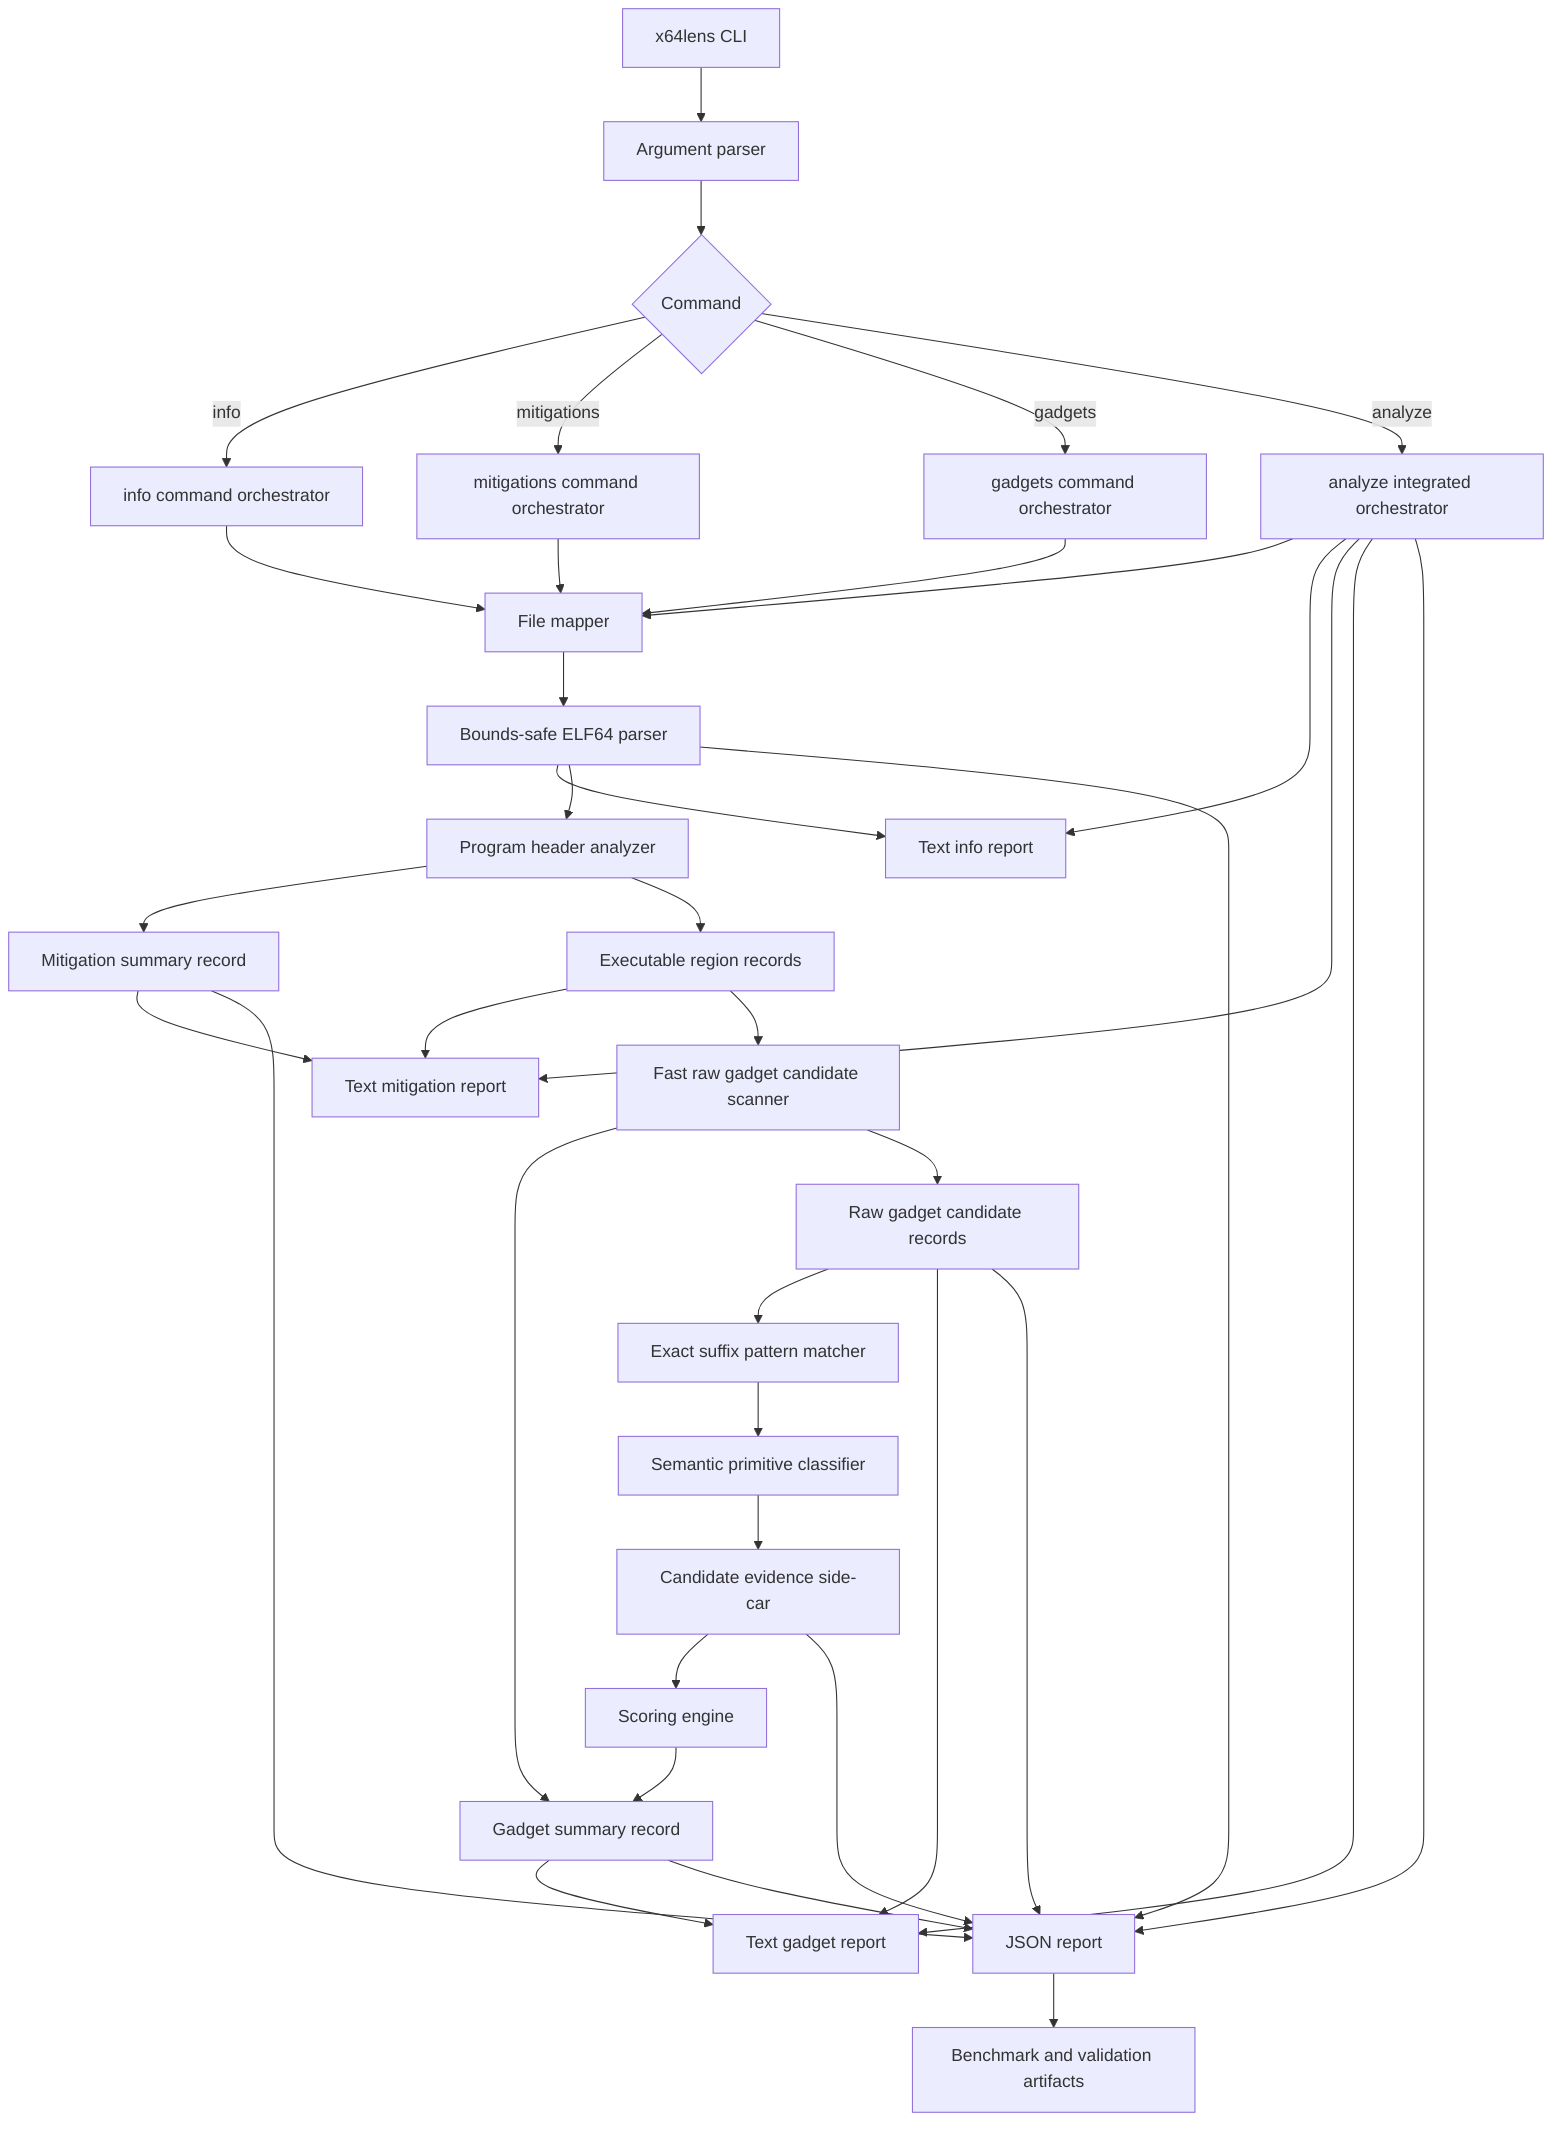
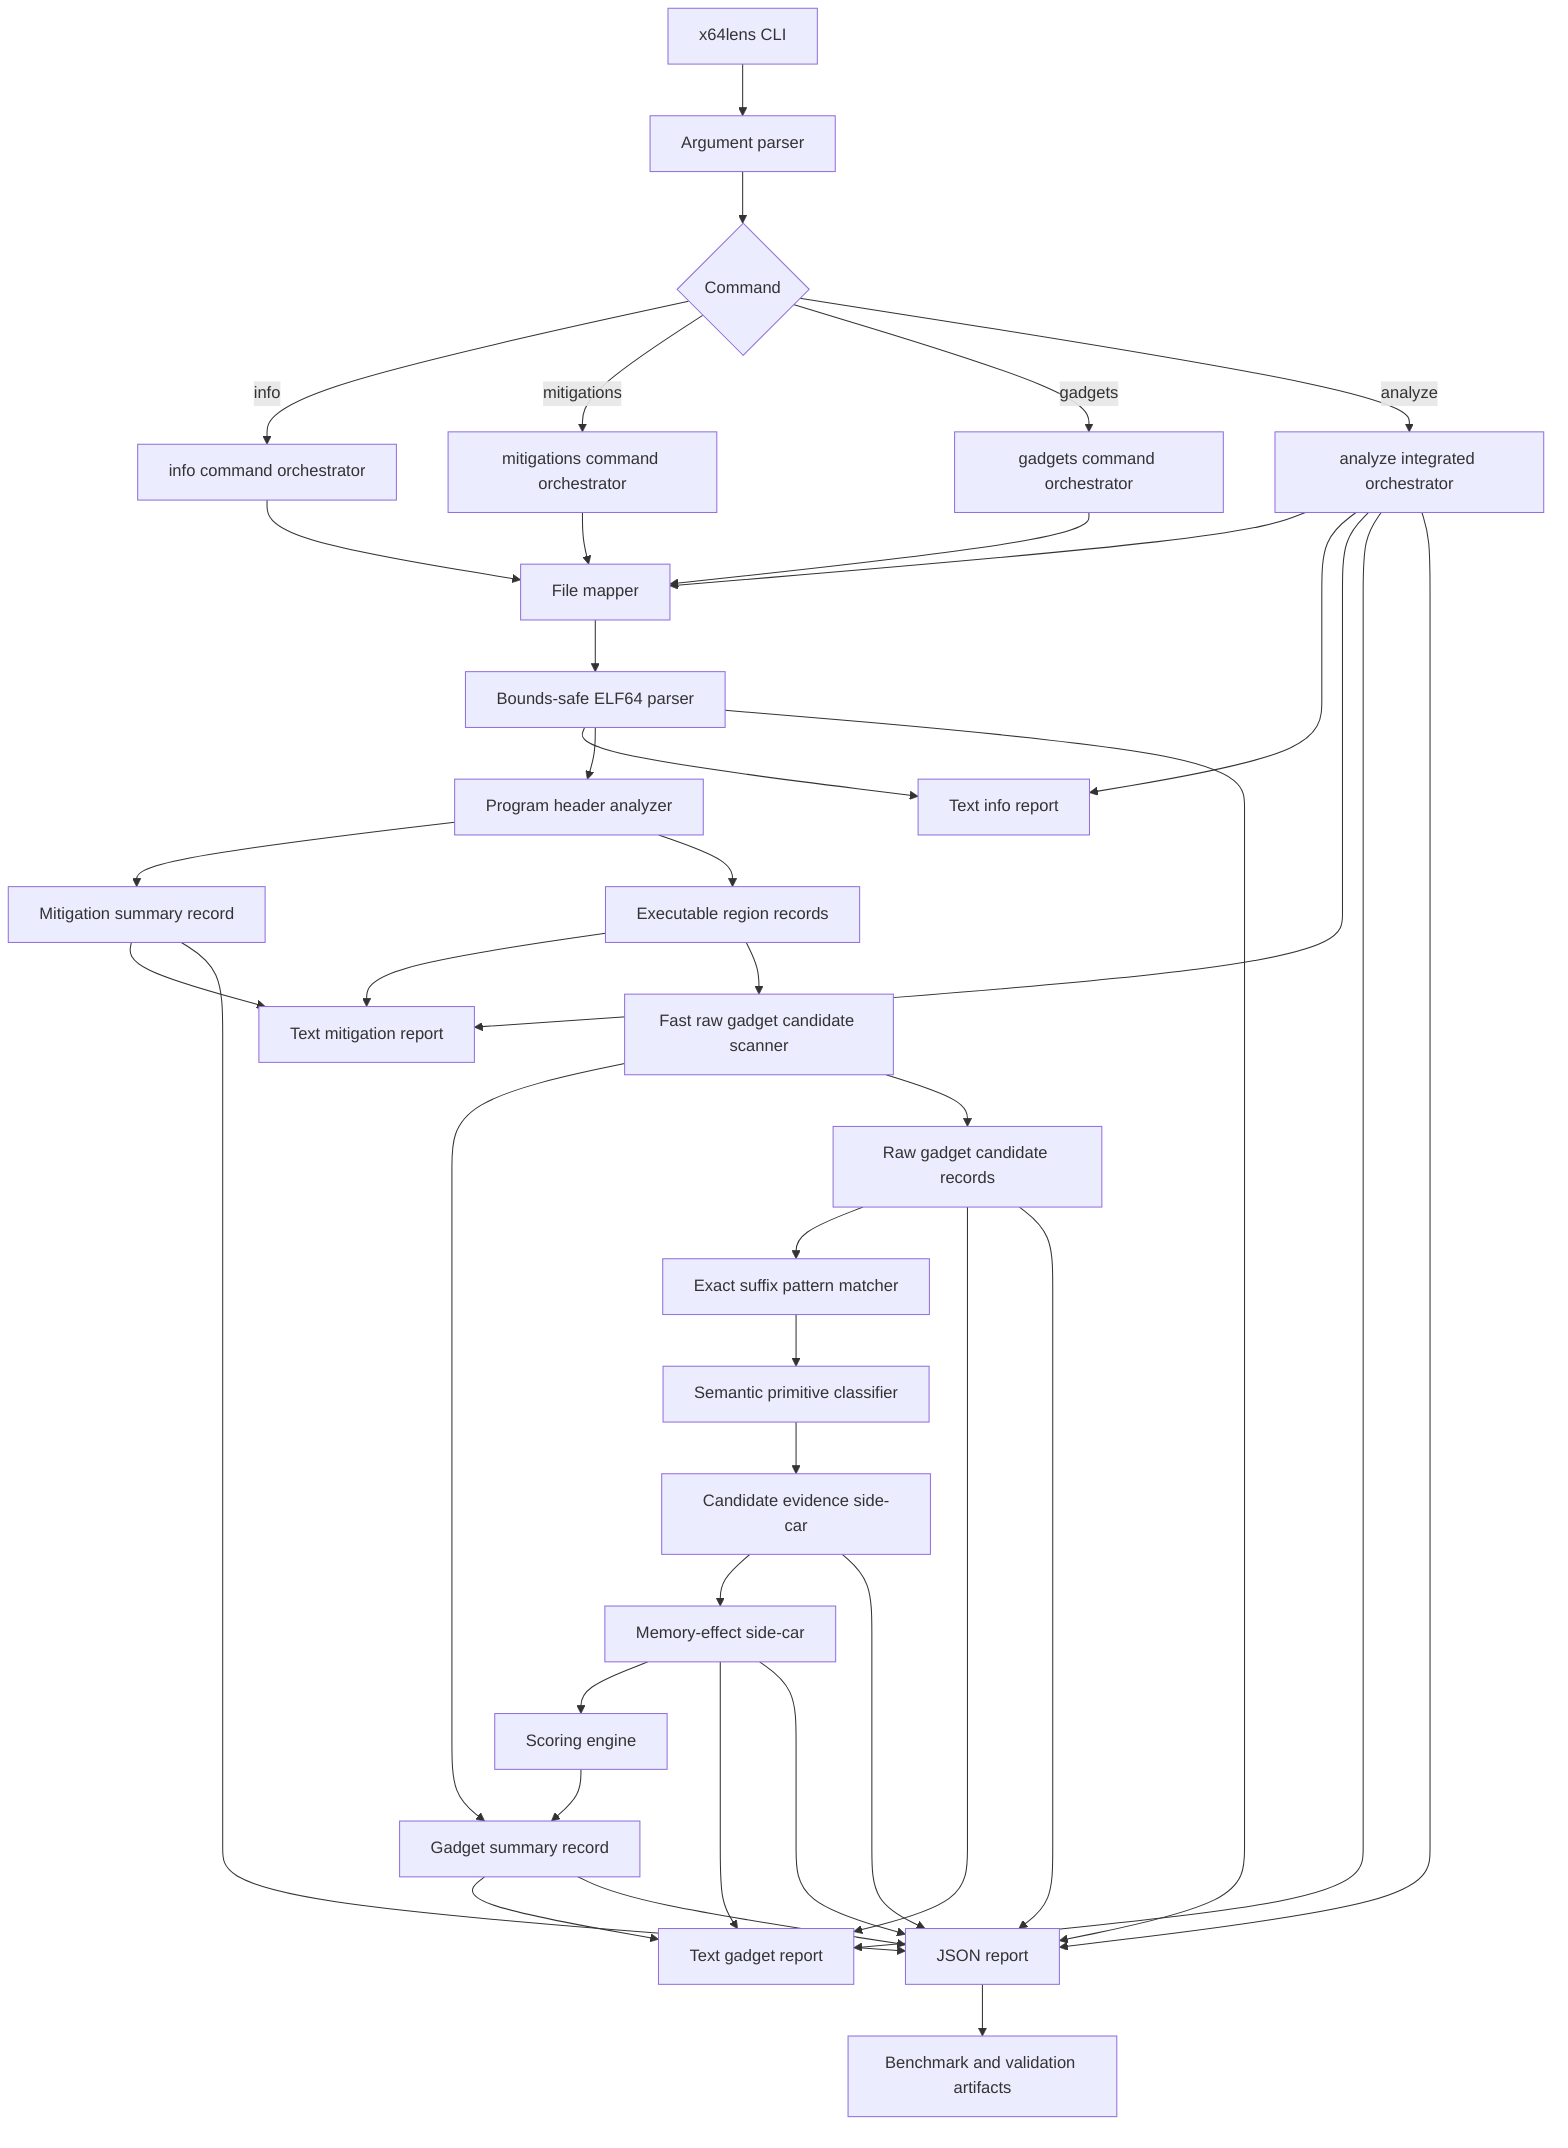
flowchart TD
    A[x64lens CLI] --> B[Argument parser]
    B --> C{Command}

    C -->|info| D[info command orchestrator]
    C -->|mitigations| M[mitigations command orchestrator]
    C -->|gadgets| G[gadgets command orchestrator]
    C -->|analyze| AN[analyze integrated orchestrator]

    D --> FM[File mapper]
    M --> FM
    G --> FM
    AN --> FM
    FM --> ELF[Bounds-safe ELF64 parser]

    ELF --> IR[Text info report]
    ELF --> PH[Program header analyzer]
    PH --> MR[Mitigation summary record]
    PH --> ER[Executable region records]
    MR --> MTR[Text mitigation report]
    ER --> MTR

    ER --> SC[Fast raw gadget candidate scanner]
    SC --> GS[Gadget summary record]
    SC --> GR[Raw gadget candidate records]
    GR --> PT[Exact suffix pattern matcher]
    PT --> CL[Semantic primitive classifier]
    CL --> EV[Candidate evidence side-car]
-     EV --> SCORE[Scoring engine]
+     EV --> ME[Memory-effect side-car]
+     ME --> SCORE[Scoring engine]
    SCORE --> GS

    GS --> GTR[Text gadget report]
    GR --> GTR
    GS --> JSON[JSON report]
    GR --> JSON
    EV --> JSON
+     ME --> GTR
+     ME --> JSON
    MR --> JSON
    ELF --> JSON

    AN --> IR
    AN --> MTR
    AN --> GTR
    AN --> JSON

    JSON --> BENCH[Benchmark and validation artifacts]
